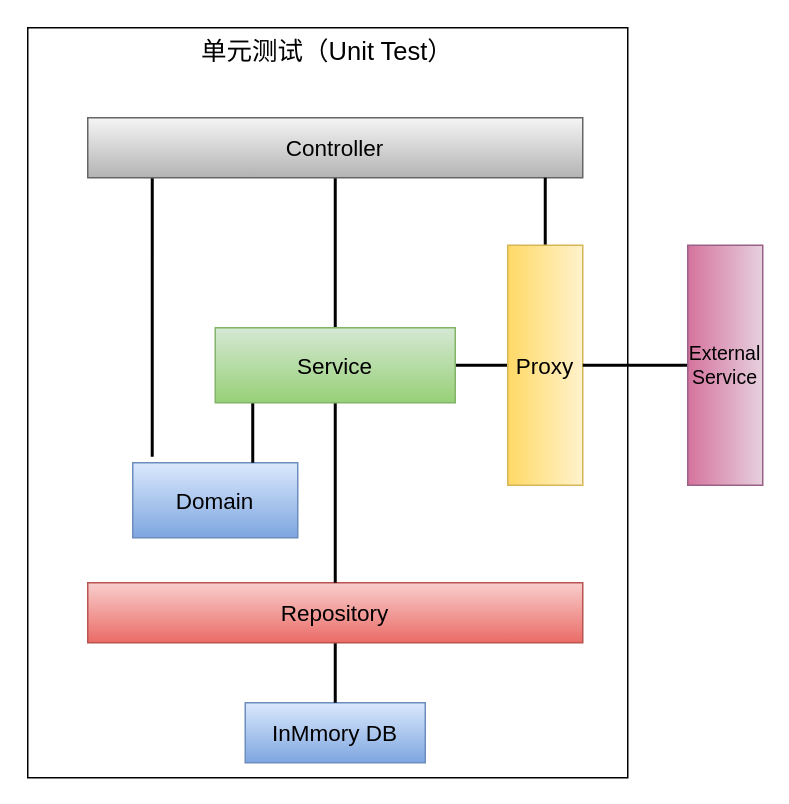
Earlier version of the draw.io diagram microservice-test-classification.drawio (rexlin600/diagrams). Source tidied: cells renumbered, new cells numbered last; positions are measured from the earlier drawing's top-left corner, leaving out a move shared by most shapes. Both pictures are drawn from the tidied source at 150%, with x=0, y=0 at pixel (27, 27).
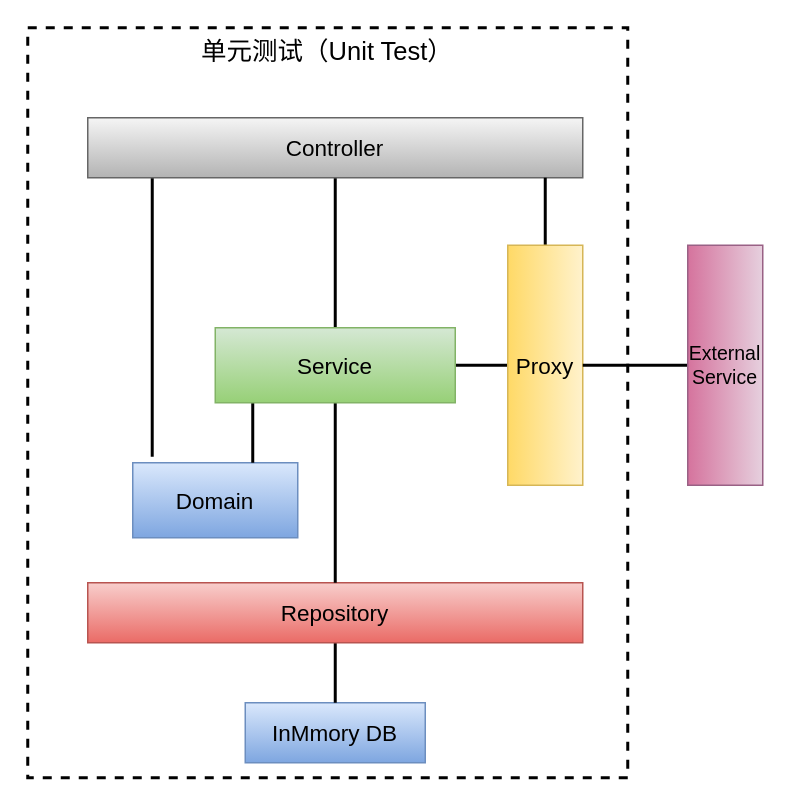
Above is the later version.

The edit, as a diff of the source:
```diff
@@
-    <mxCell id="2" value="单元测试（Unit Test）" style="rounded=0;whiteSpace=wrap;html=1;align=center;verticalAlign=top;fontSize=17;" parent="1" vertex="1">
+    <mxCell id="2" value="单元测试（Unit Test）" style="rounded=0;whiteSpace=wrap;html=1;align=center;verticalAlign=top;fontSize=17;dashed=1;strokeWidth=2;" parent="1" vertex="1">
       <mxGeometry width="400" height="500" as="geometry" />
     </mxCell>
```
